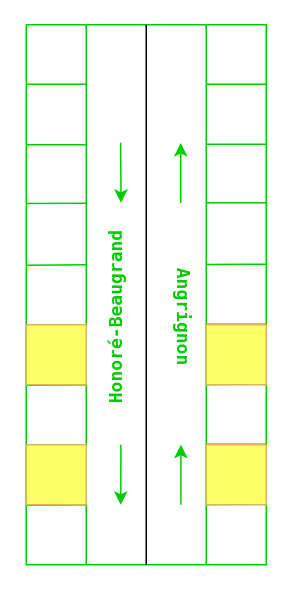
The draw.io diagram assets/template.drawio in khalilv/khalilv.github.io, before the edit. Source tidied: cells renumbered, new cells numbered last; positions are measured from the earlier drawing's top-left corner, leaving out a move shared by most shapes. Both pictures are drawn from the tidied source at 150%, with x=0, y=0 at pixel (-124, 84).
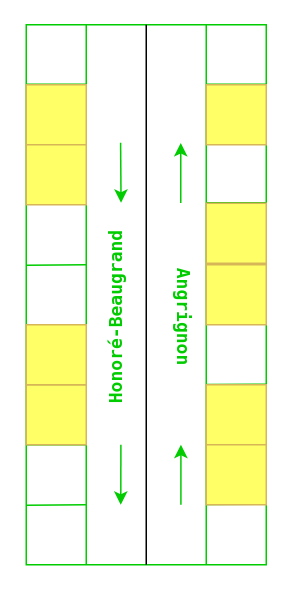
Above is the later version.

What changed in the source:
```diff
@@
-    <mxCell id="26" style="text;html=1;strokeColor=#d6b656;fillColor=#FFFF66;align=center;verticalAlign=middle;whiteSpace=wrap;rounded=1;fontFamily=Lucida Console;fontSize=7;fontColor=#00CC00;glass=0;sketch=0;arcSize=0;" parent="1" vertex="1">
-      <mxGeometry x="100" y="240" width="40" height="40" as="geometry" />
-    </mxCell>
-    <mxCell id="27" style="text;html=1;strokeColor=#d6b656;fillColor=#FFFF66;align=center;verticalAlign=middle;whiteSpace=wrap;rounded=1;fontFamily=Lucida Console;fontSize=7;fontColor=#00CC00;glass=0;sketch=0;arcSize=0;" parent="1" vertex="1">
-      <mxGeometry x="220" y="240" width="40" height="40" as="geometry" />
-    </mxCell>
     <mxCell id="28" style="text;html=1;strokeColor=#d6b656;fillColor=#FFFF66;align=center;verticalAlign=middle;whiteSpace=wrap;rounded=1;fontFamily=Lucida Console;fontSize=7;fontColor=#00CC00;glass=0;sketch=0;arcSize=0;" parent="1" vertex="1">
-      <mxGeometry x="220" y="160" width="40" height="40" as="geometry" />
+      <mxGeometry x="100" y="200" width="40" height="40" as="geometry" />
     </mxCell>
@@
+    <mxCell id="32" style="text;html=1;strokeColor=#d6b656;fillColor=#FFFF66;align=center;verticalAlign=middle;whiteSpace=wrap;rounded=1;fontFamily=Lucida Console;fontSize=7;fontColor=#00CC00;glass=0;sketch=0;arcSize=0;" parent="1" vertex="1">
+      <mxGeometry x="220" y="200" width="40" height="40" as="geometry" />
+    </mxCell>
+    <mxCell id="27" style="text;html=1;strokeColor=#d6b656;fillColor=#FFFF66;align=center;verticalAlign=middle;whiteSpace=wrap;rounded=1;fontFamily=Lucida Console;fontSize=7;fontColor=#00CC00;glass=0;sketch=0;arcSize=0;" parent="1" vertex="1">
+      <mxGeometry x="220" y="240" width="40" height="40" as="geometry" />
+    </mxCell>
+    <mxCell id="33" style="text;html=1;strokeColor=#d6b656;fillColor=#FFFF66;align=center;verticalAlign=middle;whiteSpace=wrap;rounded=1;fontFamily=Lucida Console;fontSize=7;fontColor=#00CC00;glass=0;sketch=0;arcSize=0;" parent="1" vertex="1">
+      <mxGeometry x="220" y="120" width="40" height="40" as="geometry" />
+    </mxCell>
+    <mxCell id="34" style="text;html=1;strokeColor=#d6b656;fillColor=#FFFF66;align=center;verticalAlign=middle;whiteSpace=wrap;rounded=1;fontFamily=Lucida Console;fontSize=7;fontColor=#00CC00;glass=0;sketch=0;arcSize=0;" parent="1" vertex="1">
+      <mxGeometry x="220" y="79" width="40" height="40" as="geometry" />
+    </mxCell>
+    <mxCell id="35" style="text;html=1;strokeColor=#d6b656;fillColor=#FFFF66;align=center;verticalAlign=middle;whiteSpace=wrap;rounded=1;fontFamily=Lucida Console;fontSize=7;fontColor=#00CC00;glass=0;sketch=0;arcSize=0;" parent="1" vertex="1">
+      <mxGeometry x="220" width="40" height="40" as="geometry" />
+    </mxCell>
+    <mxCell id="36" style="text;html=1;strokeColor=#d6b656;fillColor=#FFFF66;align=center;verticalAlign=middle;whiteSpace=wrap;rounded=1;fontFamily=Lucida Console;fontSize=7;fontColor=#00CC00;glass=0;sketch=0;arcSize=0;" parent="1" vertex="1">
+      <mxGeometry x="100" width="40" height="40" as="geometry" />
+    </mxCell>
+    <mxCell id="37" style="text;html=1;strokeColor=#d6b656;fillColor=#FFFF66;align=center;verticalAlign=middle;whiteSpace=wrap;rounded=1;fontFamily=Lucida Console;fontSize=7;fontColor=#00CC00;glass=0;sketch=0;arcSize=0;" parent="1" vertex="1">
+      <mxGeometry x="100" y="40" width="40" height="40" as="geometry" />
+    </mxCell>
```
